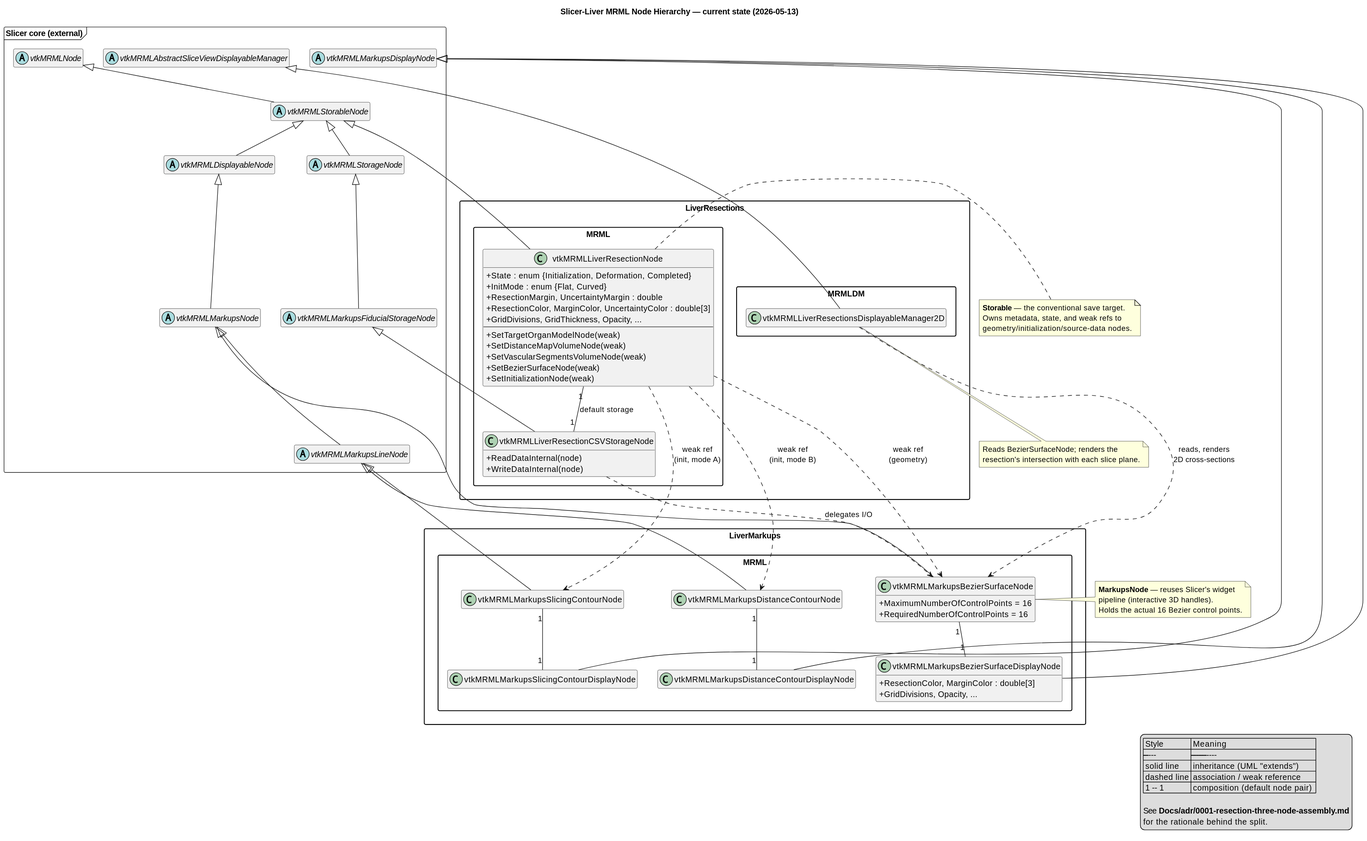
Above: Docs/architecture/current-mrml-node-hierarchy.svg in ALive-research/Slicer-Liver (PlantUML), before the change.
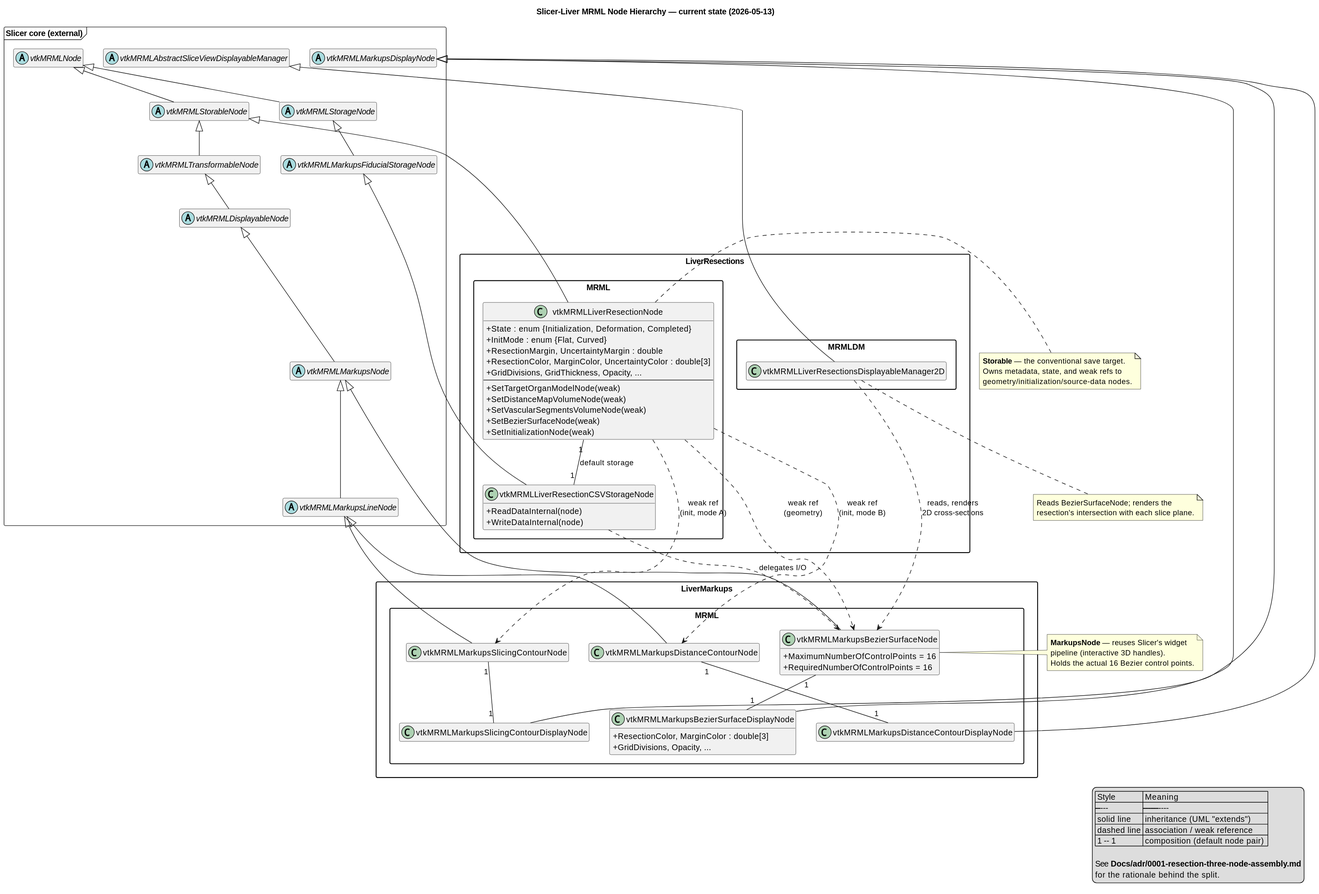
Above is the later version.

The edit, as a diff of the source:
```diff
@@ -9,6 +9,7 @@
 package "Slicer core (external)" <<Frame>> {
   abstract class vtkMRMLNode
   abstract class vtkMRMLStorableNode
+  abstract class vtkMRMLTransformableNode
   abstract class vtkMRMLDisplayableNode
   abstract class vtkMRMLMarkupsNode
   abstract class vtkMRMLMarkupsLineNode
@@ -18,10 +19,11 @@
   abstract class vtkMRMLAbstractSliceViewDisplayableManager
 
   vtkMRMLNode               <|-- vtkMRMLStorableNode
-  vtkMRMLStorableNode       <|-- vtkMRMLDisplayableNode
+  vtkMRMLStorableNode       <|-- vtkMRMLTransformableNode
+  vtkMRMLTransformableNode  <|-- vtkMRMLDisplayableNode
   vtkMRMLDisplayableNode    <|-- vtkMRMLMarkupsNode
   vtkMRMLMarkupsNode        <|-- vtkMRMLMarkupsLineNode
-  vtkMRMLStorableNode       <|-- vtkMRMLStorageNode
+  vtkMRMLNode               <|-- vtkMRMLStorageNode
   vtkMRMLStorageNode        <|-- vtkMRMLMarkupsFiducialStorageNode
 }
 
```
